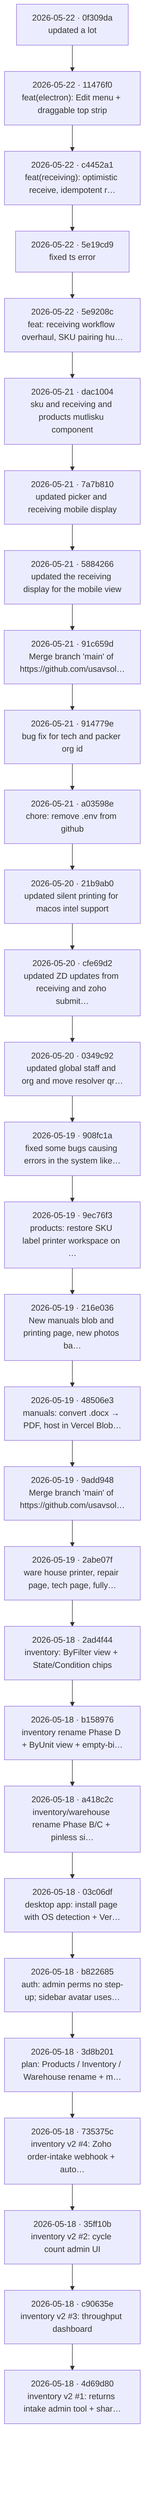
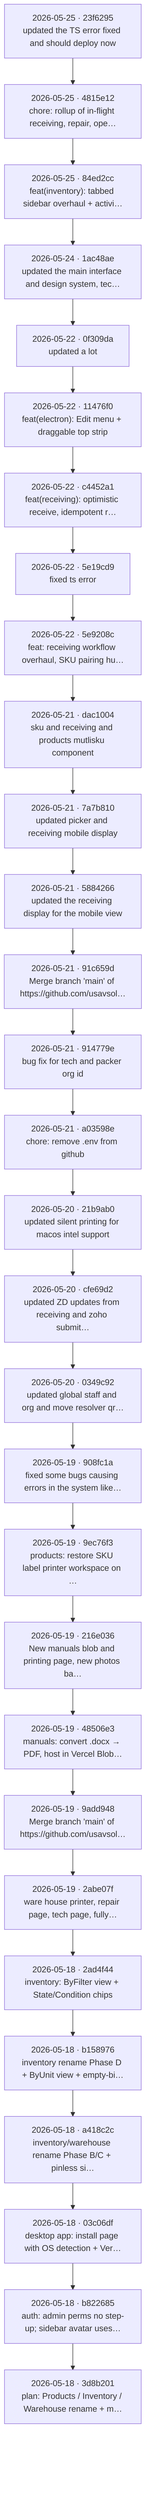
flowchart TB
-   c0["2026-05-22 · 0f309da<br/>updated a lot"]
-   c1["2026-05-22 · 11476f0<br/>feat(electron): Edit menu + draggable top strip"]
+   c0["2026-05-25 · 23f6295<br/>updated the TS error fixed and should deploy now"]
+   c1["2026-05-25 · 4815e12<br/>chore: rollup of in-flight receiving, repair, ope…"]
  c0 --> c1
-   c2["2026-05-22 · c4452a1<br/>feat(receiving): optimistic receive, idempotent r…"]
+   c2["2026-05-25 · 84ed2cc<br/>feat(inventory): tabbed sidebar overhaul + activi…"]
  c1 --> c2
-   c3["2026-05-22 · 5e19cd9<br/>fixed ts error"]
+   c3["2026-05-24 · 1ac48ae<br/>updated the main interface and design system, tec…"]
  c2 --> c3
-   c4["2026-05-22 · 5e9208c<br/>feat: receiving workflow overhaul, SKU pairing hu…"]
+   c4["2026-05-22 · 0f309da<br/>updated a lot"]
  c3 --> c4
-   c5["2026-05-21 · dac1004<br/>sku and receiving and products mutlisku component"]
+   c5["2026-05-22 · 11476f0<br/>feat(electron): Edit menu + draggable top strip"]
  c4 --> c5
-   c6["2026-05-21 · 7a7b810<br/>updated picker and receiving mobile display"]
+   c6["2026-05-22 · c4452a1<br/>feat(receiving): optimistic receive, idempotent r…"]
  c5 --> c6
-   c7["2026-05-21 · 5884266<br/>updated the receiving display for the mobile view"]
+   c7["2026-05-22 · 5e19cd9<br/>fixed ts error"]
  c6 --> c7
-   c8["2026-05-21 · 91c659d<br/>Merge branch 'main' of https://github.com/usavsol…"]
+   c8["2026-05-22 · 5e9208c<br/>feat: receiving workflow overhaul, SKU pairing hu…"]
  c7 --> c8
-   c9["2026-05-21 · 914779e<br/>bug fix for tech and packer org id"]
+   c9["2026-05-21 · dac1004<br/>sku and receiving and products mutlisku component"]
  c8 --> c9
-   c10["2026-05-21 · a03598e<br/>chore: remove .env from github"]
+   c10["2026-05-21 · 7a7b810<br/>updated picker and receiving mobile display"]
  c9 --> c10
-   c11["2026-05-20 · 21b9ab0<br/>updated silent printing for macos intel support"]
+   c11["2026-05-21 · 5884266<br/>updated the receiving display for the mobile view"]
  c10 --> c11
-   c12["2026-05-20 · cfe69d2<br/>updated ZD updates from receiving and zoho submit…"]
+   c12["2026-05-21 · 91c659d<br/>Merge branch 'main' of https://github.com/usavsol…"]
  c11 --> c12
-   c13["2026-05-20 · 0349c92<br/>updated global staff and org and move resolver qr…"]
+   c13["2026-05-21 · 914779e<br/>bug fix for tech and packer org id"]
  c12 --> c13
-   c14["2026-05-19 · 908fc1a<br/>fixed some bugs causing errors in the system like…"]
+   c14["2026-05-21 · a03598e<br/>chore: remove .env from github"]
  c13 --> c14
-   c15["2026-05-19 · 9ec76f3<br/>products: restore SKU label printer workspace on …"]
+   c15["2026-05-20 · 21b9ab0<br/>updated silent printing for macos intel support"]
  c14 --> c15
-   c16["2026-05-19 · 216e036<br/>New manuals blob and printing page, new photos ba…"]
+   c16["2026-05-20 · cfe69d2<br/>updated ZD updates from receiving and zoho submit…"]
  c15 --> c16
-   c17["2026-05-19 · 48506e3<br/>manuals: convert .docx → PDF, host in Vercel Blob…"]
+   c17["2026-05-20 · 0349c92<br/>updated global staff and org and move resolver qr…"]
  c16 --> c17
-   c18["2026-05-19 · 9add948<br/>Merge branch 'main' of https://github.com/usavsol…"]
+   c18["2026-05-19 · 908fc1a<br/>fixed some bugs causing errors in the system like…"]
  c17 --> c18
-   c19["2026-05-19 · 2abe07f<br/>ware house printer, repair page, tech page, fully…"]
+   c19["2026-05-19 · 9ec76f3<br/>products: restore SKU label printer workspace on …"]
  c18 --> c19
-   c20["2026-05-18 · 2ad4f44<br/>inventory: ByFilter view + State/Condition chips"]
+   c20["2026-05-19 · 216e036<br/>New manuals blob and printing page, new photos ba…"]
  c19 --> c20
-   c21["2026-05-18 · b158976<br/>inventory rename Phase D + ByUnit view + empty-bi…"]
+   c21["2026-05-19 · 48506e3<br/>manuals: convert .docx → PDF, host in Vercel Blob…"]
  c20 --> c21
-   c22["2026-05-18 · a418c2c<br/>inventory/warehouse rename Phase B/C + pinless si…"]
+   c22["2026-05-19 · 9add948<br/>Merge branch 'main' of https://github.com/usavsol…"]
  c21 --> c22
-   c23["2026-05-18 · 03c06df<br/>desktop app: install page with OS detection + Ver…"]
+   c23["2026-05-19 · 2abe07f<br/>ware house printer, repair page, tech page, fully…"]
  c22 --> c23
-   c24["2026-05-18 · b822685<br/>auth: admin perms no step-up; sidebar avatar uses…"]
+   c24["2026-05-18 · 2ad4f44<br/>inventory: ByFilter view + State/Condition chips"]
  c23 --> c24
-   c25["2026-05-18 · 3d8b201<br/>plan: Products / Inventory / Warehouse rename + m…"]
+   c25["2026-05-18 · b158976<br/>inventory rename Phase D + ByUnit view + empty-bi…"]
  c24 --> c25
-   c26["2026-05-18 · 735375c<br/>inventory v2 #4: Zoho order-intake webhook + auto…"]
+   c26["2026-05-18 · a418c2c<br/>inventory/warehouse rename Phase B/C + pinless si…"]
  c25 --> c26
-   c27["2026-05-18 · 35ff10b<br/>inventory v2 #2: cycle count admin UI"]
+   c27["2026-05-18 · 03c06df<br/>desktop app: install page with OS detection + Ver…"]
  c26 --> c27
-   c28["2026-05-18 · c90635e<br/>inventory v2 #3: throughput dashboard"]
+   c28["2026-05-18 · b822685<br/>auth: admin perms no step-up; sidebar avatar uses…"]
  c27 --> c28
-   c29["2026-05-18 · 4d69d80<br/>inventory v2 #1: returns intake admin tool + shar…"]
+   c29["2026-05-18 · 3d8b201<br/>plan: Products / Inventory / Warehouse rename + m…"]
  c28 --> c29